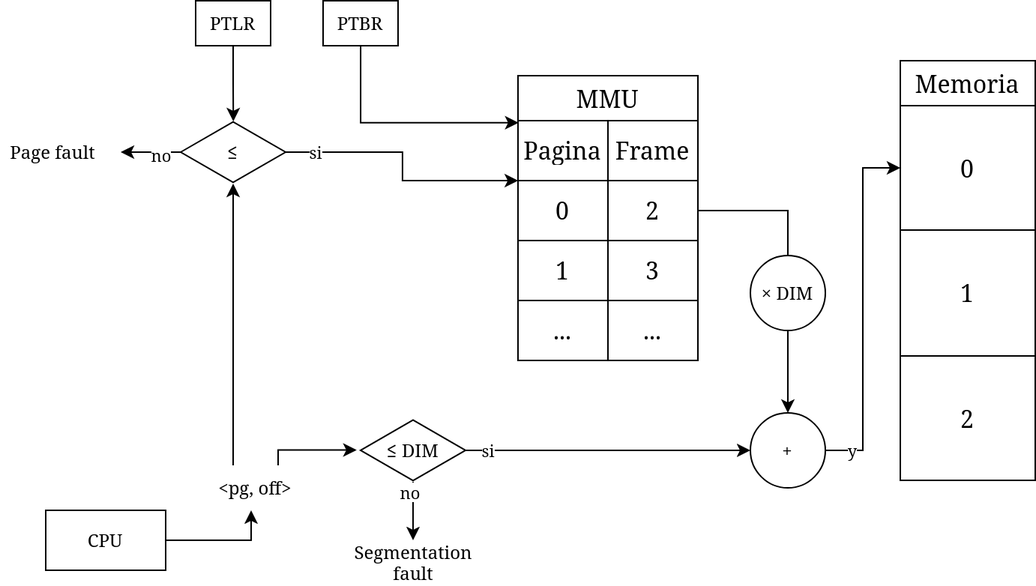
This is figures/pag_mmu.png from seggiani-luca/appunti-os, a draw.io export, as it was before one commit. Source tidied: cells renumbered, new cells last; positions are measured from the earlier drawing's top-left corner, leaving out a move shared by most shapes.
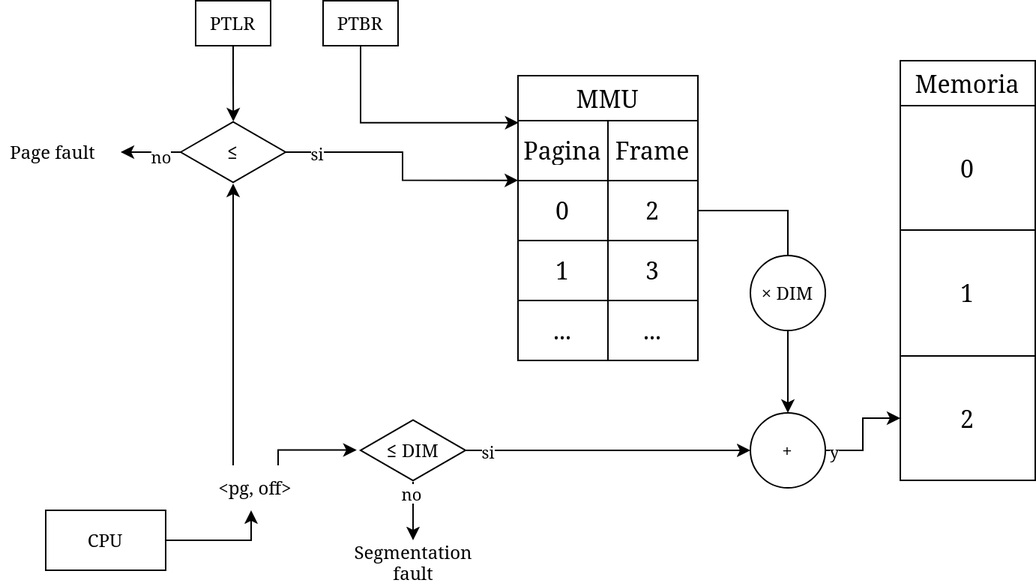
Later version of the same file.

Change to the diagram source:
```diff
@@ -73,7 +73,7 @@
     <mxCell id="22" value="&lt;div align=&quot;center&quot;&gt;Segmentation&lt;/div&gt;&lt;div align=&quot;center&quot;&gt;fault&lt;/div&gt;" style="text;html=1;whiteSpace=wrap;strokeColor=none;fillColor=none;align=center;verticalAlign=middle;rounded=0;" parent="1" vertex="1">
       <mxGeometry x="242.5" y="360" width="65" height="30" as="geometry" />
     </mxCell>
-    <mxCell id="23" style="edgeStyle=orthogonalEdgeStyle;rounded=0;jettySize=auto;html=1;exitX=1;exitY=0.5;exitDx=0;exitDy=0;" parent="1" edge="1" source="25" target="28">
+    <mxCell id="23" style="edgeStyle=orthogonalEdgeStyle;rounded=0;jettySize=auto;html=1;exitX=1;exitY=0.5;exitDx=0;exitDy=0;entryX=0;entryY=0.5;entryDx=0;entryDy=0;" parent="1" edge="1" source="25" target="32">
       <mxGeometry relative="1" as="geometry" />
     </mxCell>
     <mxCell id="24" value="y" style="edgeLabel;html=1;align=center;verticalAlign=middle;" parent="23" vertex="1">
```
